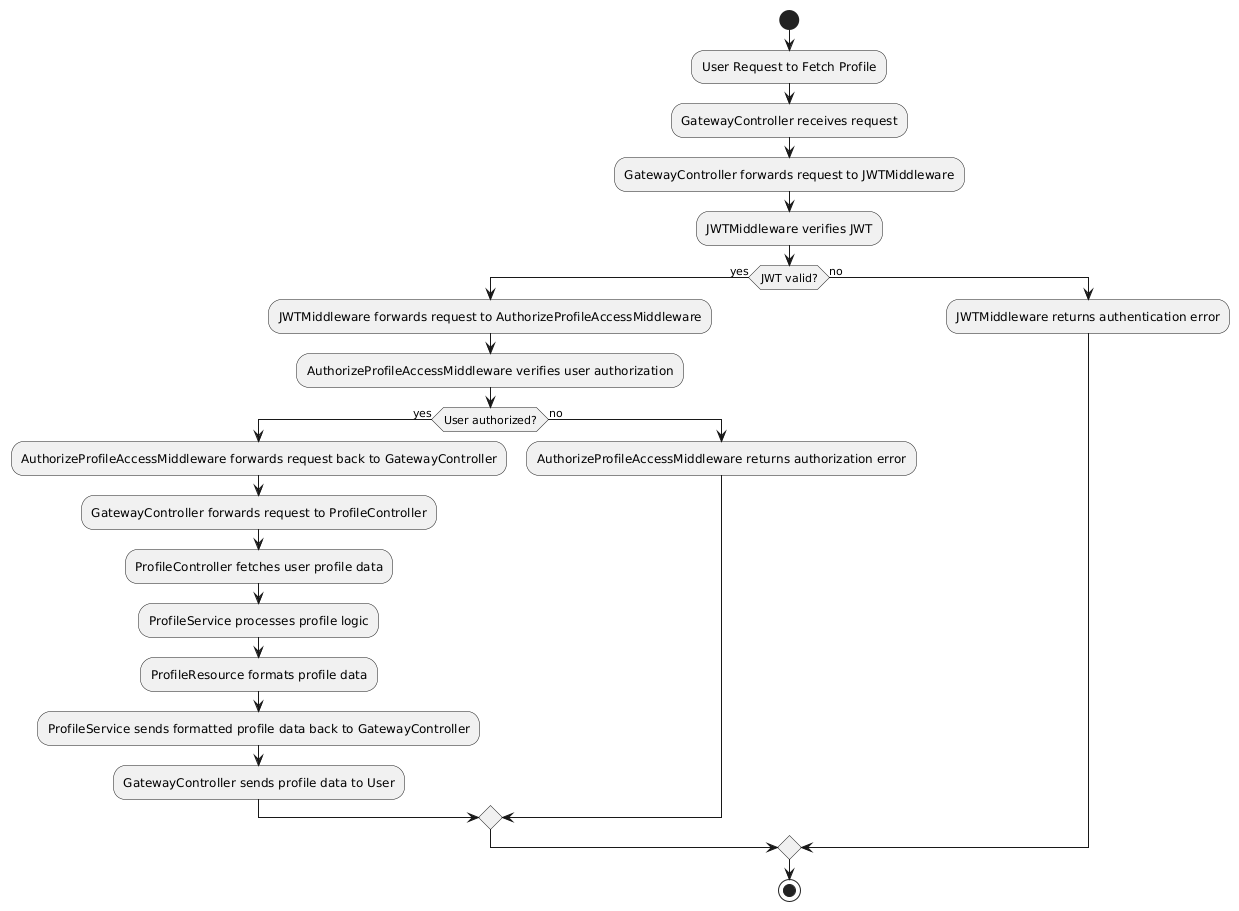
The PlantUML diagram documentation/PlantUML/Images/fetch-profile-activity-diagram.png in miloskec/gateway, before a commit. Its diagram source:
```plantuml
@startuml
start

:User Request to Fetch Profile;
:GatewayController receives request;

:GatewayController forwards request to JWTMiddleware;
:JWTMiddleware verifies JWT;
if (JWT valid?) then (yes)
  :JWTMiddleware forwards request to AuthorizeProfileAccessMiddleware;
  :AuthorizeProfileAccessMiddleware verifies user authorization;
  if (User authorized?) then (yes)
    :AuthorizeProfileAccessMiddleware forwards request back to GatewayController;
    :GatewayController forwards request to ProfileController;
    :ProfileController fetches user profile data;
    :ProfileService processes profile logic;
    :ProfileResource formats profile data;
    :ProfileService sends formatted profile data back to GatewayController;
    :GatewayController sends profile data to User;
  else (no)
    :AuthorizeProfileAccessMiddleware returns authorization error;
  endif
else (no)
  :JWTMiddleware returns authentication error;
endif

stop
@enduml
```
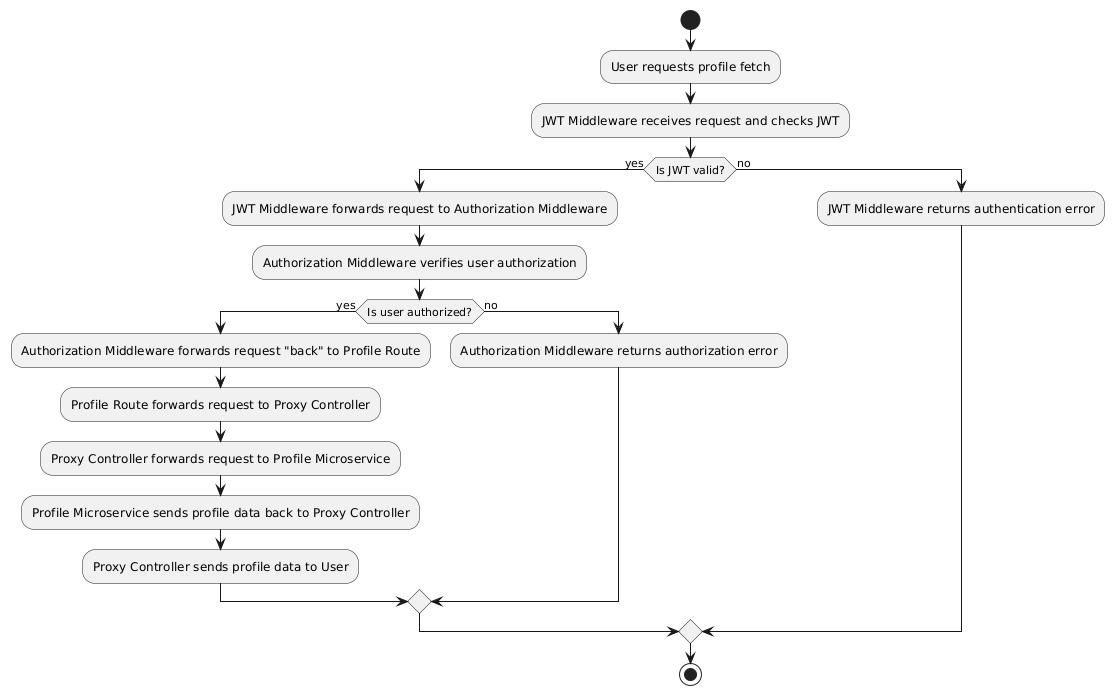
After the change.

Change to the diagram source:
```diff
@@ -1,28 +1,21 @@
 @startuml
 start
-
-:User Request to Fetch Profile;
-:GatewayController receives request;
-
-:GatewayController forwards request to JWTMiddleware;
-:JWTMiddleware verifies JWT;
-if (JWT valid?) then (yes)
-  :JWTMiddleware forwards request to AuthorizeProfileAccessMiddleware;
-  :AuthorizeProfileAccessMiddleware verifies user authorization;
-  if (User authorized?) then (yes)
-    :AuthorizeProfileAccessMiddleware forwards request back to GatewayController;
-    :GatewayController forwards request to ProfileController;
-    :ProfileController fetches user profile data;
-    :ProfileService processes profile logic;
-    :ProfileResource formats profile data;
-    :ProfileService sends formatted profile data back to GatewayController;
-    :GatewayController sends profile data to User;
-  else (no)
-    :AuthorizeProfileAccessMiddleware returns authorization error;
-  endif
+:User requests profile fetch;
+:JWT Middleware receives request and checks JWT;
+if (Is JWT valid?) then (yes)
+    :JWT Middleware forwards request to Authorization Middleware;
+    :Authorization Middleware verifies user authorization;
+    if (Is user authorized?) then (yes)
+        :Authorization Middleware forwards request "back" to Profile Route;
+        :Profile Route forwards request to Proxy Controller;
+        :Proxy Controller forwards request to Profile Microservice;
+        :Profile Microservice sends profile data back to Proxy Controller;
+        :Proxy Controller sends profile data to User;
+    else (no)
+        :Authorization Middleware returns authorization error;
+    endif
 else (no)
-  :JWTMiddleware returns authentication error;
+    :JWT Middleware returns authentication error;
 endif
-
 stop
 @enduml
```
